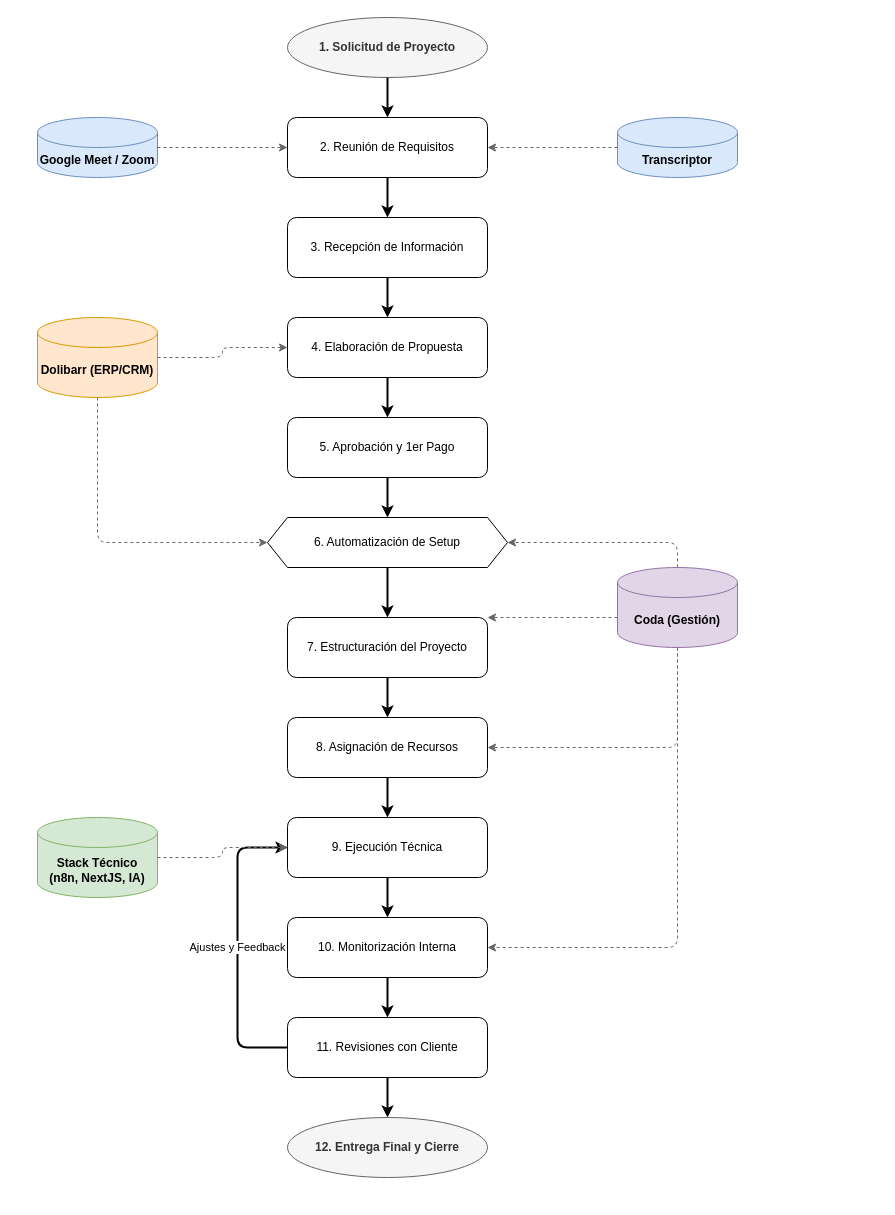
Before: implantacions.drawio in onnadigital-ia/draw.io, a draw.io diagram. Source tidied: cells renumbered, new cells numbered last; positions are measured from the earlier drawing's top-left corner, leaving out a move shared by most shapes. Both pictures are drawn from the tidied source at 100%, with x=0, y=0 at pixel (37, 17).
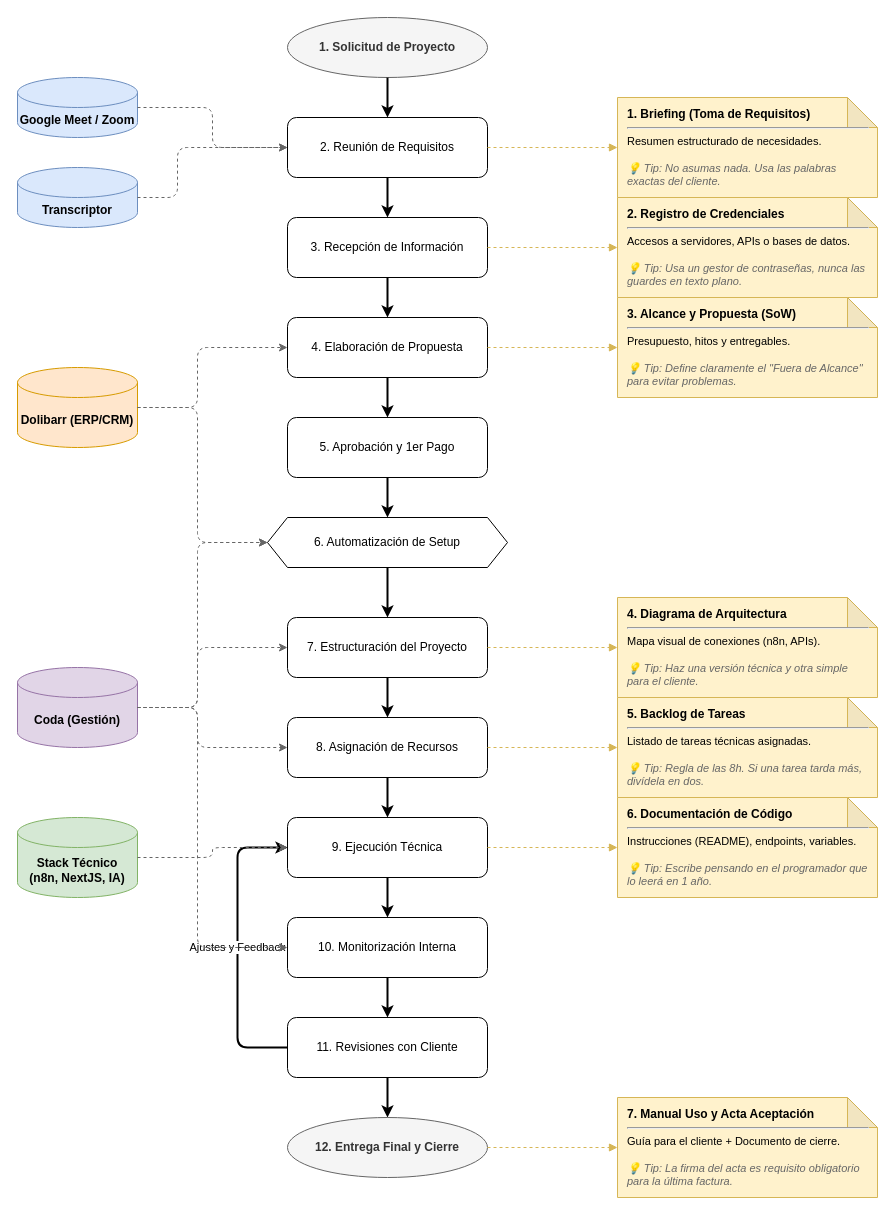
The same diagram, later.

Unchanged cells that the change refers to:
```xml
<mxCell id="8" value="2. Reunión de Requisitos" style="rounded=1;whiteSpace=wrap;html=1;fillColor=#ffffff;strokeColor=#000000;" parent="1" vertex="1">
  <mxGeometry x="250" y="100" width="200" height="60" as="geometry" />
</mxCell>
<mxCell id="9" value="3. Recepción de Información" style="rounded=1;whiteSpace=wrap;html=1;fillColor=#ffffff;strokeColor=#000000;" parent="1" vertex="1">
  <mxGeometry x="250" y="200" width="200" height="60" as="geometry" />
</mxCell>
<mxCell id="10" value="4. Elaboración de Propuesta" style="rounded=1;whiteSpace=wrap;html=1;fillColor=#ffffff;strokeColor=#000000;" parent="1" vertex="1">
  <mxGeometry x="250" y="300" width="200" height="60" as="geometry" />
</mxCell>
<mxCell id="12" value="6. Automatización de Setup" style="shape=hexagon;perimeter=hexagonPerimeter2;whiteSpace=wrap;html=1;fixedSize=1;fillColor=#ffffff;strokeColor=#000000;" parent="1" vertex="1">
  <mxGeometry x="230" y="500" width="240" height="50" as="geometry" />
</mxCell>
<mxCell id="13" value="7. Estructuración del Proyecto" style="rounded=1;whiteSpace=wrap;html=1;fillColor=#ffffff;strokeColor=#000000;" parent="1" vertex="1">
  <mxGeometry x="250" y="600" width="200" height="60" as="geometry" />
</mxCell>
<mxCell id="14" value="8. Asignación de Recursos" style="rounded=1;whiteSpace=wrap;html=1;fillColor=#ffffff;strokeColor=#000000;" parent="1" vertex="1">
  <mxGeometry x="250" y="700" width="200" height="60" as="geometry" />
</mxCell>
<mxCell id="15" value="9. Ejecución Técnica" style="rounded=1;whiteSpace=wrap;html=1;fillColor=#ffffff;strokeColor=#000000;" parent="1" vertex="1">
  <mxGeometry x="250" y="800" width="200" height="60" as="geometry" />
</mxCell>
<mxCell id="16" value="10. Monitorización Interna" style="rounded=1;whiteSpace=wrap;html=1;fillColor=#ffffff;strokeColor=#000000;" parent="1" vertex="1">
  <mxGeometry x="250" y="900" width="200" height="60" as="geometry" />
</mxCell>
<mxCell id="18" value="12. Entrega Final y Cierre" style="ellipse;whiteSpace=wrap;html=1;fillColor=#f5f5f5;fontColor=#333333;strokeColor=#666666;fontStyle=1;" parent="1" vertex="1">
  <mxGeometry x="250" y="1100" width="200" height="60" as="geometry" />
</mxCell>
```

Diff of the diagram source:
```diff
@@
     <mxCell id="2" value="Google Meet / Zoom" style="shape=cylinder3;whiteSpace=wrap;html=1;boundedLbl=1;backgroundOutline=1;size=15;fillColor=#dae8fc;strokeColor=#6c8ebf;fontStyle=1;" parent="1" vertex="1">
-      <mxGeometry y="100" width="120" height="60" as="geometry" />
+      <mxGeometry x="-20" y="60" width="120" height="60" as="geometry" />
     </mxCell>
     <mxCell id="3" value="Transcriptor" style="shape=cylinder3;whiteSpace=wrap;html=1;boundedLbl=1;backgroundOutline=1;size=15;fillColor=#dae8fc;strokeColor=#6c8ebf;fontStyle=1;" parent="1" vertex="1">
-      <mxGeometry x="580" y="100" width="120" height="60" as="geometry" />
+      <mxGeometry x="-20" y="150" width="120" height="60" as="geometry" />
     </mxCell>
     <mxCell id="4" value="Dolibarr (ERP/CRM)" style="shape=cylinder3;whiteSpace=wrap;html=1;boundedLbl=1;backgroundOutline=1;size=15;fillColor=#ffe6cc;strokeColor=#d79b00;fontStyle=1;" parent="1" vertex="1">
-      <mxGeometry y="300" width="120" height="80" as="geometry" />
+      <mxGeometry x="-20" y="350" width="120" height="80" as="geometry" />
     </mxCell>
     <mxCell id="5" value="Coda (Gestión)" style="shape=cylinder3;whiteSpace=wrap;html=1;boundedLbl=1;backgroundOutline=1;size=15;fillColor=#e1d5e7;strokeColor=#9673a6;fontStyle=1;" parent="1" vertex="1">
-      <mxGeometry x="580" y="550" width="120" height="80" as="geometry" />
+      <mxGeometry x="-20" y="650" width="120" height="80" as="geometry" />
     </mxCell>
     <mxCell id="6" value="Stack Técnico&lt;br&gt;(n8n, NextJS, IA)" style="shape=cylinder3;whiteSpace=wrap;html=1;boundedLbl=1;backgroundOutline=1;size=15;fillColor=#d5e8d4;strokeColor=#82b366;fontStyle=1;" parent="1" vertex="1">
-      <mxGeometry y="800" width="120" height="80" as="geometry" />
+      <mxGeometry x="-20" y="800" width="120" height="80" as="geometry" />
     </mxCell>
@@
+    <mxCell id="40" value="&lt;b&gt;1. Briefing (Toma de Requisitos)&lt;/b&gt;&lt;hr&gt;&lt;div style=&quot;font-size:11px;&quot;&gt;Resumen estructurado de necesidades.&lt;br&gt;&lt;br&gt;&lt;i style=&quot;color:#666666;&quot;&gt;💡 Tip: No asumas nada. Usa las palabras exactas del cliente.&lt;/i&gt;&lt;/div&gt;" style="shape=note;whiteSpace=wrap;html=1;backgroundOutline=1;darkOpacity=0.05;fillColor=#fff2cc;strokeColor=#d6b656;align=left;spacing=10;" parent="1" vertex="1">
+      <mxGeometry x="580" y="80" width="260" height="100" as="geometry" />
+    </mxCell>
+    <mxCell id="41" value="&lt;b&gt;2. Registro de Credenciales&lt;/b&gt;&lt;hr&gt;&lt;div style=&quot;font-size:11px;&quot;&gt;Accesos a servidores, APIs o bases de datos.&lt;br&gt;&lt;br&gt;&lt;i style=&quot;color:#666666;&quot;&gt;💡 Tip: Usa un gestor de contraseñas, nunca las guardes en texto plano.&lt;/i&gt;&lt;/div&gt;" style="shape=note;whiteSpace=wrap;html=1;backgroundOutline=1;darkOpacity=0.05;fillColor=#fff2cc;strokeColor=#d6b656;align=left;spacing=10;" parent="1" vertex="1">
+      <mxGeometry x="580" y="180" width="260" height="100" as="geometry" />
+    </mxCell>
+    <mxCell id="42" value="&lt;b&gt;3. Alcance y Propuesta (SoW)&lt;/b&gt;&lt;hr&gt;&lt;div style=&quot;font-size:11px;&quot;&gt;Presupuesto, hitos y entregables.&lt;br&gt;&lt;br&gt;&lt;i style=&quot;color:#666666;&quot;&gt;💡 Tip: Define claramente el &quot;Fuera de Alcance&quot; para evitar problemas.&lt;/i&gt;&lt;/div&gt;" style="shape=note;whiteSpace=wrap;html=1;backgroundOutline=1;darkOpacity=0.05;fillColor=#fff2cc;strokeColor=#d6b656;align=left;spacing=10;" parent="1" vertex="1">
+      <mxGeometry x="580" y="280" width="260" height="100" as="geometry" />
+    </mxCell>
+    <mxCell id="43" value="&lt;b&gt;4. Diagrama de Arquitectura&lt;/b&gt;&lt;hr&gt;&lt;div style=&quot;font-size:11px;&quot;&gt;Mapa visual de conexiones (n8n, APIs).&lt;br&gt;&lt;br&gt;&lt;i style=&quot;color:#666666;&quot;&gt;💡 Tip: Haz una versión técnica y otra simple para el cliente.&lt;/i&gt;&lt;/div&gt;" style="shape=note;whiteSpace=wrap;html=1;backgroundOutline=1;darkOpacity=0.05;fillColor=#fff2cc;strokeColor=#d6b656;align=left;spacing=10;" parent="1" vertex="1">
+      <mxGeometry x="580" y="580" width="260" height="100" as="geometry" />
+    </mxCell>
+    <mxCell id="44" value="&lt;b&gt;5. Backlog de Tareas&lt;/b&gt;&lt;hr&gt;&lt;div style=&quot;font-size:11px;&quot;&gt;Listado de tareas técnicas asignadas.&lt;br&gt;&lt;br&gt;&lt;i style=&quot;color:#666666;&quot;&gt;💡 Tip: Regla de las 8h. Si una tarea tarda más, divídela en dos.&lt;/i&gt;&lt;/div&gt;" style="shape=note;whiteSpace=wrap;html=1;backgroundOutline=1;darkOpacity=0.05;fillColor=#fff2cc;strokeColor=#d6b656;align=left;spacing=10;" parent="1" vertex="1">
+      <mxGeometry x="580" y="680" width="260" height="100" as="geometry" />
+    </mxCell>
+    <mxCell id="45" value="&lt;b&gt;6. Documentación de Código&lt;/b&gt;&lt;hr&gt;&lt;div style=&quot;font-size:11px;&quot;&gt;Instrucciones (README), endpoints, variables.&lt;br&gt;&lt;br&gt;&lt;i style=&quot;color:#666666;&quot;&gt;💡 Tip: Escribe pensando en el programador que lo leerá en 1 año.&lt;/i&gt;&lt;/div&gt;" style="shape=note;whiteSpace=wrap;html=1;backgroundOutline=1;darkOpacity=0.05;fillColor=#fff2cc;strokeColor=#d6b656;align=left;spacing=10;" parent="1" vertex="1">
+      <mxGeometry x="580" y="780" width="260" height="100" as="geometry" />
+    </mxCell>
+    <mxCell id="46" value="&lt;b&gt;7. Manual Uso y Acta Aceptación&lt;/b&gt;&lt;hr&gt;&lt;div style=&quot;font-size:11px;&quot;&gt;Guía para el cliente + Documento de cierre.&lt;br&gt;&lt;br&gt;&lt;i style=&quot;color:#666666;&quot;&gt;💡 Tip: La firma del acta es requisito obligatorio para la última factura.&lt;/i&gt;&lt;/div&gt;" style="shape=note;whiteSpace=wrap;html=1;backgroundOutline=1;darkOpacity=0.05;fillColor=#fff2cc;strokeColor=#d6b656;align=left;spacing=10;" parent="1" vertex="1">
+      <mxGeometry x="580" y="1080" width="260" height="100" as="geometry" />
+    </mxCell>
@@
     <mxCell id="32" style="edgeStyle=orthogonalEdgeStyle;rounded=1;dashed=1;html=1;strokeColor=#666666;endArrow=classic;endFill=1;" parent="1" edge="1" source="3" target="8">
-      <mxGeometry relative="1" as="geometry" />
+      <mxGeometry relative="1" as="geometry">
+        <Array as="points">
+          <mxPoint x="140" y="180" />
+          <mxPoint x="140" y="130" />
+        </Array>
+      </mxGeometry>
     </mxCell>
     <mxCell id="33" style="edgeStyle=orthogonalEdgeStyle;rounded=1;dashed=1;html=1;strokeColor=#666666;endArrow=classic;endFill=1;" parent="1" edge="1" source="4" target="10">
-      <mxGeometry relative="1" as="geometry" />
+      <mxGeometry relative="1" as="geometry">
+        <Array as="points">
+          <mxPoint x="160" y="390" />
+          <mxPoint x="160" y="330" />
+        </Array>
+      </mxGeometry>
     </mxCell>
     <mxCell id="34" style="edgeStyle=orthogonalEdgeStyle;rounded=1;dashed=1;html=1;strokeColor=#666666;endArrow=classic;endFill=1;" parent="1" edge="1" source="4" target="12">
       <mxGeometry relative="1" as="geometry">
         <Array as="points">
-          <mxPoint x="60" y="525" />
+          <mxPoint x="160" y="390" />
+          <mxPoint x="160" y="525" />
         </Array>
       </mxGeometry>
     </mxCell>
     <mxCell id="35" style="edgeStyle=orthogonalEdgeStyle;rounded=1;dashed=1;html=1;strokeColor=#666666;endArrow=classic;endFill=1;" parent="1" edge="1" source="5" target="12">
       <mxGeometry relative="1" as="geometry">
         <Array as="points">
-          <mxPoint x="640" y="525" />
+          <mxPoint x="160" y="690" />
+          <mxPoint x="160" y="525" />
         </Array>
       </mxGeometry>
     </mxCell>
     <mxCell id="36" style="edgeStyle=orthogonalEdgeStyle;rounded=1;dashed=1;html=1;strokeColor=#666666;endArrow=classic;endFill=1;" parent="1" edge="1" source="5" target="13">
       <mxGeometry relative="1" as="geometry">
         <Array as="points">
-          <mxPoint x="640" y="630" />
+          <mxPoint x="160" y="690" />
+          <mxPoint x="160" y="630" />
         </Array>
       </mxGeometry>
     </mxCell>
     <mxCell id="37" style="edgeStyle=orthogonalEdgeStyle;rounded=1;dashed=1;html=1;strokeColor=#666666;endArrow=classic;endFill=1;" parent="1" edge="1" source="5" target="14">
       <mxGeometry relative="1" as="geometry">
         <Array as="points">
-          <mxPoint x="640" y="730" />
+          <mxPoint x="160" y="690" />
+          <mxPoint x="160" y="730" />
         </Array>
       </mxGeometry>
     </mxCell>
     <mxCell id="38" style="edgeStyle=orthogonalEdgeStyle;rounded=1;dashed=1;html=1;strokeColor=#666666;endArrow=classic;endFill=1;" parent="1" edge="1" source="5" target="16">
       <mxGeometry relative="1" as="geometry">
         <Array as="points">
-          <mxPoint x="640" y="930" />
+          <mxPoint x="160" y="690" />
+          <mxPoint x="160" y="930" />
         </Array>
       </mxGeometry>
     </mxCell>
@@
+    <mxCell id="47" style="edgeStyle=orthogonalEdgeStyle;rounded=1;dashed=1;html=1;strokeColor=#d6b656;endArrow=block;endFill=1;" parent="1" edge="1" source="8" target="40">
+      <mxGeometry relative="1" as="geometry" />
+    </mxCell>
+    <mxCell id="48" style="edgeStyle=orthogonalEdgeStyle;rounded=1;dashed=1;html=1;strokeColor=#d6b656;endArrow=block;endFill=1;" parent="1" edge="1" source="9" target="41">
+      <mxGeometry relative="1" as="geometry" />
+    </mxCell>
+    <mxCell id="49" style="edgeStyle=orthogonalEdgeStyle;rounded=1;dashed=1;html=1;strokeColor=#d6b656;endArrow=block;endFill=1;" parent="1" edge="1" source="10" target="42">
+      <mxGeometry relative="1" as="geometry" />
+    </mxCell>
+    <mxCell id="50" style="edgeStyle=orthogonalEdgeStyle;rounded=1;dashed=1;html=1;strokeColor=#d6b656;endArrow=block;endFill=1;" parent="1" edge="1" source="13" target="43">
+      <mxGeometry relative="1" as="geometry" />
+    </mxCell>
+    <mxCell id="51" style="edgeStyle=orthogonalEdgeStyle;rounded=1;dashed=1;html=1;strokeColor=#d6b656;endArrow=block;endFill=1;" parent="1" edge="1" source="14" target="44">
+      <mxGeometry relative="1" as="geometry" />
+    </mxCell>
+    <mxCell id="52" style="edgeStyle=orthogonalEdgeStyle;rounded=1;dashed=1;html=1;strokeColor=#d6b656;endArrow=block;endFill=1;" parent="1" edge="1" source="15" target="45">
+      <mxGeometry relative="1" as="geometry" />
+    </mxCell>
+    <mxCell id="53" style="edgeStyle=orthogonalEdgeStyle;rounded=1;dashed=1;html=1;strokeColor=#d6b656;endArrow=block;endFill=1;" parent="1" edge="1" source="18" target="46">
+      <mxGeometry relative="1" as="geometry" />
+    </mxCell>
```
